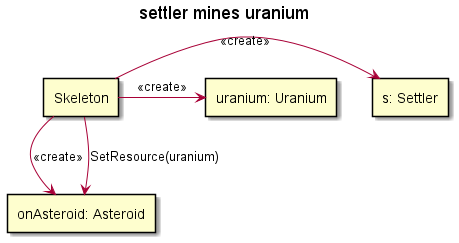
The PlantUML diagram uml/plantuml/out/settler mines uranium/settler mines uranium init/settler mines uranium.png in triszt4n/projlab_holy_oil, before a commit. Source of this version:
```plantuml
@startuml

skinparam SequenceLifeLineBackgroundColor LightYellow

title "settler mines uranium"

rectangle "s: Settler" as settler
rectangle "onAsteroid: Asteroid" as onAsteroid
rectangle "uranium: Uranium" as uranium
rectangle "Skeleton" as skeleton

skeleton->settler : <<create>>
skeleton->onAsteroid: <<create>>
skeleton->uranium: <<create>>

skeleton-down->onAsteroid: SetResource(uranium)


@enduml
```
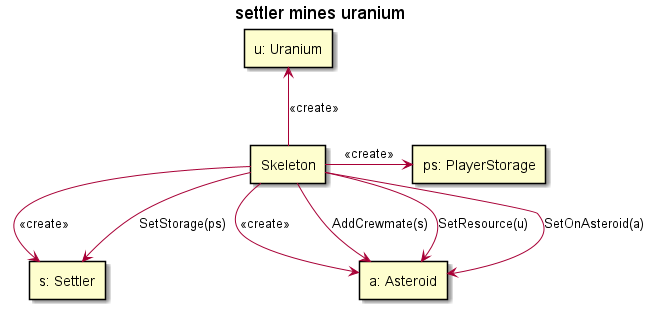
The same file after the commit.

The edit, as a diff of the source:
```diff
@@ -4,16 +4,22 @@
 
 title "settler mines uranium"
 
+rectangle "ps: PlayerStorage" as storage
 rectangle "s: Settler" as settler
-rectangle "onAsteroid: Asteroid" as onAsteroid
-rectangle "uranium: Uranium" as uranium
+rectangle "a: Asteroid" as onAsteroid
+
 rectangle "Skeleton" as skeleton
+rectangle "u: Uranium" as uranium
 
 skeleton->settler : <<create>>
 skeleton->onAsteroid: <<create>>
-skeleton->uranium: <<create>>
+skeleton-up->uranium: <<create>>
+skeleton->storage: <<create>>
 
-skeleton-down->onAsteroid: SetResource(uranium)
+skeleton-down->onAsteroid: SetResource(u)
+skeleton->onAsteroid: AddCrewmate(s)
+skeleton-down->onAsteroid: SetOnAsteroid(a)
+skeleton-up->settler: SetStorage(ps)
 
 
 @enduml
```
